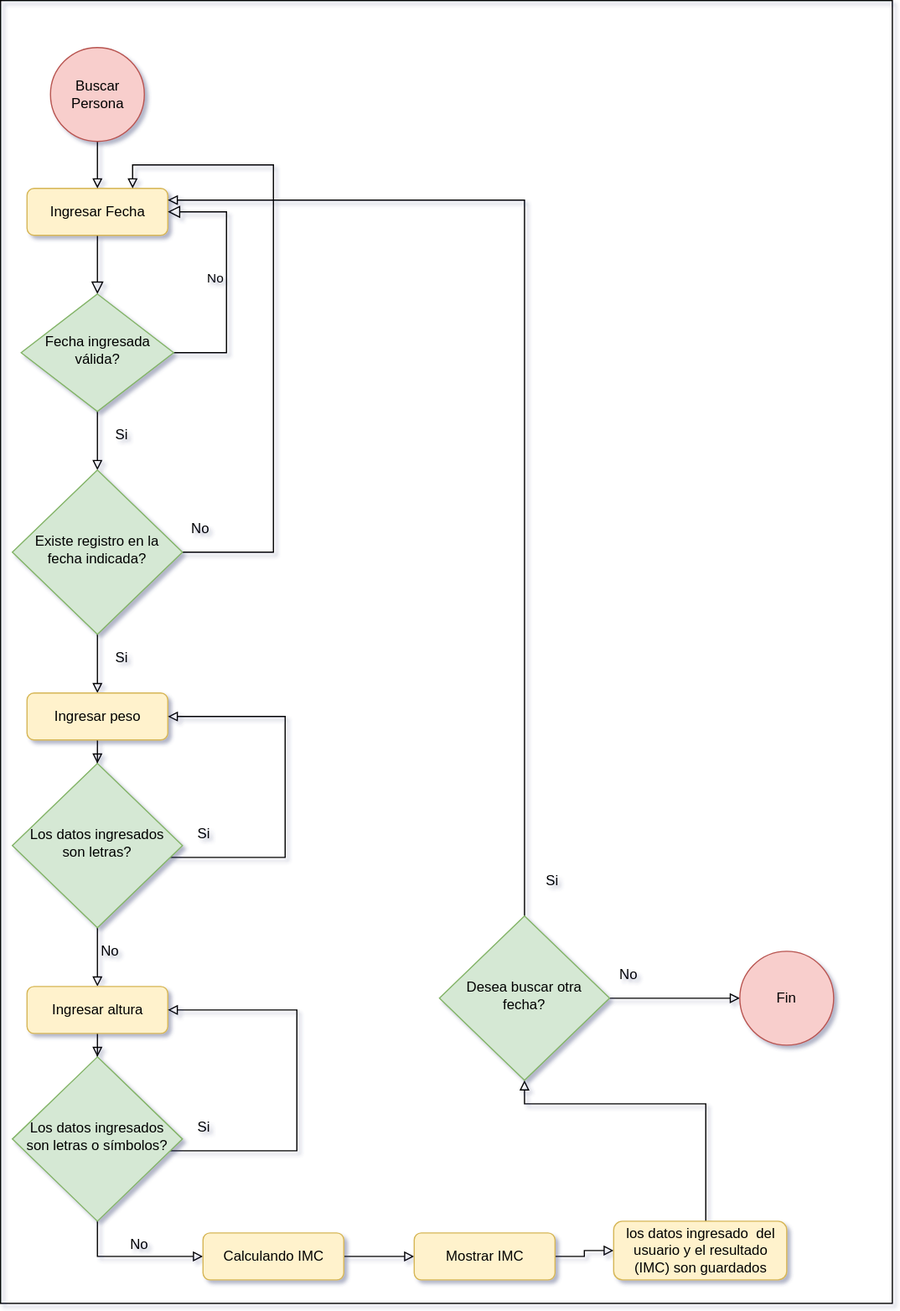
Earlier version of the draw.io export Diagramas/DiagFlujoBuscarPersona.svg (MaxIbanez/Taller1P1_MI_JC). Source tidied: cells renumbered, new cells last; positions are measured from the earlier drawing's top-left corner, leaving out a move shared by most shapes.
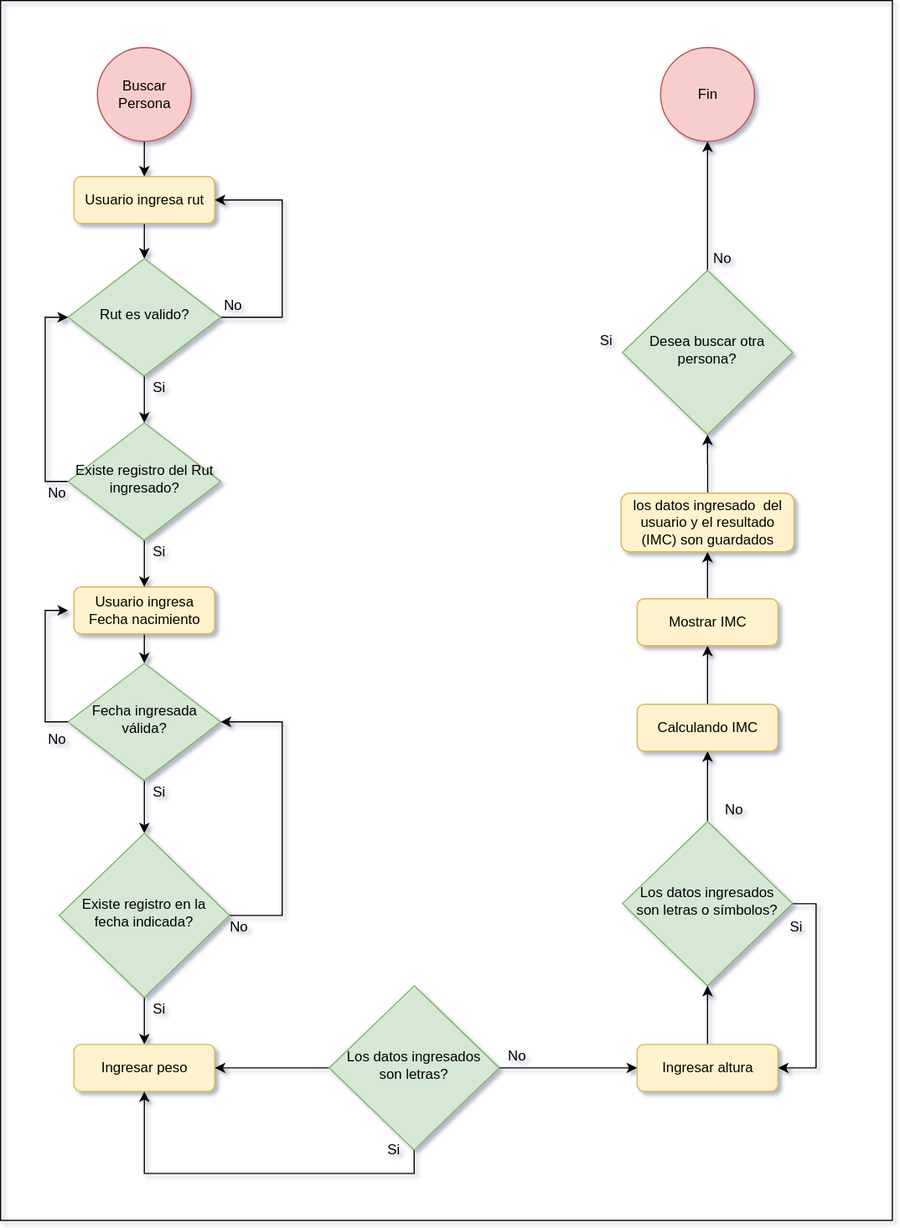
After the commit.

The edit, as a diff of the source:
```diff
@@ -2,159 +2,192 @@
   <root>
     <mxCell id="0" />
     <mxCell id="1" parent="0" />
-    <mxCell id="2" style="rounded=0;html=1;jettySize=auto;fontSize=11;endArrow=block;endFill=0;endSize=8;strokeWidth=1;shadow=0;labelBackgroundColor=none;edgeStyle=orthogonalEdgeStyle;" parent="1" edge="1" source="3" target="6">
+    <mxCell id="2" style="edgeStyle=orthogonalEdgeStyle;rounded=0;jettySize=auto;html=1;" parent="1" edge="1" source="3" target="6">
       <mxGeometry relative="1" as="geometry" />
     </mxCell>
-    <mxCell id="3" value="Ingresar Fecha" style="rounded=1;whiteSpace=wrap;html=1;fontSize=12;glass=0;strokeWidth=1;shadow=0;fillColor=#fff2cc;strokeColor=#d6b656;" parent="1" vertex="1">
-      <mxGeometry x="22.5" y="160" width="120" height="40" as="geometry" />
+    <mxCell id="3" value="Usuario ingresa Fecha nacimiento" style="rounded=1;whiteSpace=wrap;html=1;fontSize=12;glass=0;strokeWidth=1;shadow=0;fillColor=#fff2cc;strokeColor=#d6b656;" parent="1" vertex="1">
+      <mxGeometry x="22.5" y="500" width="120" height="40" as="geometry" />
     </mxCell>
-    <mxCell id="4" value="No" style="edgeStyle=orthogonalEdgeStyle;rounded=0;html=1;jettySize=auto;fontSize=11;endArrow=block;endFill=0;endSize=8;strokeWidth=1;shadow=0;labelBackgroundColor=none;entryX=1;entryY=0.5;entryDx=0;entryDy=0;" parent="1" edge="1" source="6" target="3">
-      <mxGeometry y="10" relative="1" as="geometry">
-        <Array as="points">
-          <mxPoint x="192.5" y="300" />
-          <mxPoint x="192.5" y="180" />
-        </Array>
-      </mxGeometry>
-    </mxCell>
-    <mxCell id="5" style="edgeStyle=orthogonalEdgeStyle;rounded=0;jettySize=auto;html=1;endArrow=block;endFill=0;" parent="1" edge="1" source="6" target="9">
+    <mxCell id="5" style="edgeStyle=orthogonalEdgeStyle;rounded=0;jettySize=auto;html=1;entryX=0.5;entryY=0;entryDx=0;entryDy=0;" parent="1" edge="1" source="6" target="9">
       <mxGeometry relative="1" as="geometry" />
     </mxCell>
     <mxCell id="6" value="Fecha ingresada válida?" style="rhombus;whiteSpace=wrap;html=1;shadow=0;fontFamily=Helvetica;fontSize=12;align=center;strokeWidth=1;spacing=6;spacingTop=-4;fillColor=#d5e8d4;strokeColor=#82b366;" parent="1" vertex="1">
-      <mxGeometry x="17.5" y="250" width="130" height="100" as="geometry" />
+      <mxGeometry x="17.5" y="565" width="130" height="100" as="geometry" />
     </mxCell>
-    <mxCell id="7" style="edgeStyle=orthogonalEdgeStyle;rounded=0;jettySize=auto;html=1;entryX=0.75;entryY=0;entryDx=0;entryDy=0;endArrow=block;endFill=0;" parent="1" edge="1" source="9" target="3">
-      <mxGeometry relative="1" as="geometry">
-        <Array as="points">
-          <mxPoint x="232.5" y="470" />
-          <mxPoint x="232.5" y="140" />
-          <mxPoint x="112.5" y="140" />
-        </Array>
-      </mxGeometry>
-    </mxCell>
-    <mxCell id="8" style="edgeStyle=orthogonalEdgeStyle;rounded=0;jettySize=auto;html=1;endArrow=block;endFill=0;" parent="1" edge="1" source="9" target="14">
+    <mxCell id="8" style="edgeStyle=orthogonalEdgeStyle;rounded=0;jettySize=auto;html=1;entryX=0.5;entryY=0;entryDx=0;entryDy=0;" parent="1" edge="1" source="9" target="14">
       <mxGeometry relative="1" as="geometry" />
     </mxCell>
+    <mxCell id="42" style="edgeStyle=orthogonalEdgeStyle;rounded=0;jettySize=auto;html=1;entryX=1;entryY=0.5;entryDx=0;entryDy=0;" parent="1" edge="1" source="9" target="6">
+      <mxGeometry relative="1" as="geometry">
+        <Array as="points">
+          <mxPoint x="200" y="780" />
+          <mxPoint x="200" y="615" />
+        </Array>
+      </mxGeometry>
+    </mxCell>
     <mxCell id="9" value="Existe registro en la fecha indicada?" style="rhombus;whiteSpace=wrap;html=1;shadow=0;fontFamily=Helvetica;fontSize=12;align=center;strokeWidth=1;spacing=6;spacingTop=-4;fillColor=#d5e8d4;strokeColor=#82b366;" parent="1" vertex="1">
-      <mxGeometry x="10" y="400" width="145" height="140" as="geometry" />
+      <mxGeometry x="10" y="710" width="145" height="140" as="geometry" />
     </mxCell>
     <mxCell id="10" value="No" style="text;html=1;align=center;verticalAlign=middle;" parent="1" vertex="1">
-      <mxGeometry x="155" y="440" width="30" height="20" as="geometry" />
+      <mxGeometry x="147.5" y="780" width="30" height="20" as="geometry" />
     </mxCell>
     <mxCell id="11" value="Si&lt;br&gt;" style="text;html=1;align=center;verticalAlign=middle;" parent="1" vertex="1">
-      <mxGeometry x="87.5" y="360" width="30" height="20" as="geometry" />
+      <mxGeometry x="80" y="665" width="30" height="20" as="geometry" />
     </mxCell>
     <mxCell id="12" value="Si&lt;br&gt;" style="text;html=1;align=center;verticalAlign=middle;" parent="1" vertex="1">
-      <mxGeometry x="87.5" y="550" width="30" height="20" as="geometry" />
+      <mxGeometry x="80" y="850" width="30" height="20" as="geometry" />
     </mxCell>
-    <mxCell id="13" style="edgeStyle=orthogonalEdgeStyle;rounded=0;jettySize=auto;html=1;endArrow=block;endFill=0;" parent="1" edge="1" source="14" target="17">
-      <mxGeometry relative="1" as="geometry" />
-    </mxCell>
     <mxCell id="14" value="Ingresar peso" style="rounded=1;whiteSpace=wrap;html=1;fontSize=12;glass=0;strokeWidth=1;shadow=0;fillColor=#fff2cc;strokeColor=#d6b656;" parent="1" vertex="1">
-      <mxGeometry x="22.5" y="590" width="120" height="40" as="geometry" />
+      <mxGeometry x="22.5" y="890" width="120" height="40" as="geometry" />
     </mxCell>
-    <mxCell id="15" style="edgeStyle=orthogonalEdgeStyle;rounded=0;jettySize=auto;html=1;entryX=1;entryY=0.5;entryDx=0;entryDy=0;endArrow=block;endFill=0;" parent="1" edge="1" source="17" target="14">
-      <mxGeometry relative="1" as="geometry">
-        <Array as="points">
-          <mxPoint x="242.5" y="730" />
-          <mxPoint x="242.5" y="610" />
-        </Array>
-      </mxGeometry>
-    </mxCell>
+    <mxCell id="43" style="edgeStyle=orthogonalEdgeStyle;rounded=0;jettySize=auto;html=1;entryX=0.5;entryY=1;entryDx=0;entryDy=0;" parent="1" edge="1" source="17" target="14">
+      <mxGeometry relative="1" as="geometry">
+        <Array as="points">
+          <mxPoint x="313" y="1000" />
+          <mxPoint x="83" y="1000" />
+        </Array>
+      </mxGeometry>
+    </mxCell>
+    <mxCell id="44" style="edgeStyle=orthogonalEdgeStyle;rounded=0;jettySize=auto;html=1;entryX=1;entryY=0.5;entryDx=0;entryDy=0;" parent="1" edge="1" source="17" target="14">
+      <mxGeometry relative="1" as="geometry" />
+    </mxCell>
-    <mxCell id="16" style="edgeStyle=orthogonalEdgeStyle;rounded=0;jettySize=auto;html=1;endArrow=block;endFill=0;" parent="1" edge="1" source="17" target="20">
+    <mxCell id="16" style="edgeStyle=orthogonalEdgeStyle;rounded=0;jettySize=auto;html=1;" parent="1" edge="1" source="17" target="20">
       <mxGeometry relative="1" as="geometry" />
     </mxCell>
     <mxCell id="17" value="Los datos ingresados son letras?" style="rhombus;whiteSpace=wrap;html=1;shadow=0;fontFamily=Helvetica;fontSize=12;align=center;strokeWidth=1;spacing=6;spacingTop=-4;fillColor=#d5e8d4;strokeColor=#82b366;" parent="1" vertex="1">
-      <mxGeometry x="10" y="650" width="145" height="140" as="geometry" />
+      <mxGeometry x="240" y="840" width="145" height="140" as="geometry" />
     </mxCell>
     <mxCell id="18" value="Si" style="text;html=1;align=center;verticalAlign=middle;" parent="1" vertex="1">
-      <mxGeometry x="157.5" y="700" width="30" height="20" as="geometry" />
+      <mxGeometry x="280" y="970" width="30" height="20" as="geometry" />
     </mxCell>
-    <mxCell id="19" style="edgeStyle=orthogonalEdgeStyle;rounded=0;jettySize=auto;html=1;endArrow=block;endFill=0;" parent="1" edge="1" source="20" target="23">
+    <mxCell id="19" style="edgeStyle=orthogonalEdgeStyle;rounded=0;jettySize=auto;html=1;" parent="1" edge="1" source="20" target="23">
       <mxGeometry relative="1" as="geometry" />
     </mxCell>
     <mxCell id="20" value="Ingresar altura" style="rounded=1;whiteSpace=wrap;html=1;fontSize=12;glass=0;strokeWidth=1;shadow=0;fillColor=#fff2cc;strokeColor=#d6b656;" parent="1" vertex="1">
-      <mxGeometry x="22.5" y="840" width="120" height="40" as="geometry" />
+      <mxGeometry x="502.5" y="890" width="120" height="40" as="geometry" />
     </mxCell>
+    <mxCell id="22" style="edgeStyle=orthogonalEdgeStyle;rounded=0;jettySize=auto;html=1;entryX=0.5;entryY=1;entryDx=0;entryDy=0;" parent="1" edge="1" source="23" target="28">
+      <mxGeometry relative="1" as="geometry" />
+    </mxCell>
-    <mxCell id="21" style="edgeStyle=orthogonalEdgeStyle;rounded=0;jettySize=auto;html=1;entryX=1;entryY=0.5;entryDx=0;entryDy=0;endArrow=block;endFill=0;" parent="1" edge="1" source="23" target="20">
+    <mxCell id="21" style="edgeStyle=orthogonalEdgeStyle;rounded=0;jettySize=auto;html=1;entryX=1;entryY=0.5;entryDx=0;entryDy=0;" parent="1" edge="1" source="23" target="20">
       <mxGeometry relative="1" as="geometry">
         <Array as="points">
-          <mxPoint x="252.5" y="980" />
-          <mxPoint x="252.5" y="860" />
+          <mxPoint x="655" y="770" />
+          <mxPoint x="655" y="910" />
         </Array>
       </mxGeometry>
     </mxCell>
-    <mxCell id="22" style="edgeStyle=orthogonalEdgeStyle;rounded=0;jettySize=auto;html=1;entryX=0;entryY=0.5;entryDx=0;entryDy=0;endArrow=block;endFill=0;" parent="1" edge="1" source="23" target="28">
-      <mxGeometry relative="1" as="geometry">
-        <Array as="points">
-          <mxPoint x="82.5" y="1070" />
-        </Array>
-      </mxGeometry>
-    </mxCell>
     <mxCell id="23" value="Los datos ingresados son letras o símbolos?" style="rhombus;whiteSpace=wrap;html=1;shadow=0;fontFamily=Helvetica;fontSize=12;align=center;strokeWidth=1;spacing=6;spacingTop=-4;fillColor=#d5e8d4;strokeColor=#82b366;" parent="1" vertex="1">
-      <mxGeometry x="10" y="900" width="145" height="140" as="geometry" />
+      <mxGeometry x="490" y="700" width="145" height="140" as="geometry" />
     </mxCell>
     <mxCell id="24" value="No" style="text;html=1;align=center;verticalAlign=middle;" parent="1" vertex="1">
-      <mxGeometry x="77.5" y="800" width="30" height="20" as="geometry" />
+      <mxGeometry x="385" y="890" width="30" height="20" as="geometry" />
     </mxCell>
     <mxCell id="25" value="Si" style="text;html=1;align=center;verticalAlign=middle;" parent="1" vertex="1">
-      <mxGeometry x="157.5" y="950" width="30" height="20" as="geometry" />
+      <mxGeometry x="622.5" y="780" width="30" height="20" as="geometry" />
     </mxCell>
     <mxCell id="26" value="No" style="text;html=1;align=center;verticalAlign=middle;" parent="1" vertex="1">
-      <mxGeometry x="102.5" y="1050" width="30" height="20" as="geometry" />
+      <mxGeometry x="570" y="680" width="30" height="20" as="geometry" />
     </mxCell>
-    <mxCell id="27" style="edgeStyle=orthogonalEdgeStyle;rounded=0;jettySize=auto;html=1;endArrow=block;endFill=0;" parent="1" edge="1" source="28" target="30">
+    <mxCell id="27" style="edgeStyle=orthogonalEdgeStyle;rounded=0;jettySize=auto;html=1;entryX=0.5;entryY=1;entryDx=0;entryDy=0;" parent="1" edge="1" source="28" target="30">
       <mxGeometry relative="1" as="geometry" />
     </mxCell>
     <mxCell id="28" value="Calculando IMC" style="rounded=1;whiteSpace=wrap;html=1;fontSize=12;glass=0;strokeWidth=1;shadow=0;fillColor=#fff2cc;strokeColor=#d6b656;" parent="1" vertex="1">
-      <mxGeometry x="172.5" y="1050" width="120" height="40" as="geometry" />
+      <mxGeometry x="502.5" y="600" width="120" height="40" as="geometry" />
     </mxCell>
-    <mxCell id="29" style="edgeStyle=orthogonalEdgeStyle;rounded=0;jettySize=auto;html=1;endArrow=block;endFill=0;" parent="1" edge="1" source="30" target="32">
+    <mxCell id="29" style="edgeStyle=orthogonalEdgeStyle;rounded=0;jettySize=auto;html=1;entryX=0.5;entryY=1;entryDx=0;entryDy=0;" parent="1" edge="1" source="30" target="32">
       <mxGeometry relative="1" as="geometry" />
     </mxCell>
     <mxCell id="30" value="Mostrar IMC" style="rounded=1;whiteSpace=wrap;html=1;fontSize=12;glass=0;strokeWidth=1;shadow=0;fillColor=#fff2cc;strokeColor=#d6b656;" parent="1" vertex="1">
-      <mxGeometry x="352.5" y="1050" width="120" height="40" as="geometry" />
+      <mxGeometry x="502.5" y="510" width="120" height="40" as="geometry" />
     </mxCell>
-    <mxCell id="31" style="edgeStyle=orthogonalEdgeStyle;rounded=0;jettySize=auto;html=1;entryX=0.5;entryY=1;entryDx=0;entryDy=0;endArrow=block;endFill=0;" parent="1" edge="1" source="32" target="37">
-      <mxGeometry relative="1" as="geometry">
-        <Array as="points">
-          <mxPoint x="601" y="940" />
-          <mxPoint x="447" y="940" />
-        </Array>
-      </mxGeometry>
+    <mxCell id="31" style="edgeStyle=orthogonalEdgeStyle;rounded=0;jettySize=auto;html=1;entryX=0.5;entryY=1;entryDx=0;entryDy=0;" parent="1" edge="1" source="32" target="37">
+      <mxGeometry relative="1" as="geometry" />
     </mxCell>
     <mxCell id="32" value="los datos ingresado&amp;nbsp; del usuario y el resultado (IMC) son guardados" style="rounded=1;whiteSpace=wrap;html=1;fontSize=12;glass=0;strokeWidth=1;shadow=0;fillColor=#fff2cc;strokeColor=#d6b656;" parent="1" vertex="1">
-      <mxGeometry x="522.5" y="1040" width="147.5" height="50" as="geometry" />
+      <mxGeometry x="488.8" y="420" width="147.5" height="50" as="geometry" />
     </mxCell>
-    <mxCell id="33" style="edgeStyle=orthogonalEdgeStyle;rounded=0;jettySize=auto;html=1;endArrow=block;endFill=0;" parent="1" edge="1" source="34" target="3">
-      <mxGeometry relative="1" as="geometry" />
-    </mxCell>
+    <mxCell id="45" style="edgeStyle=orthogonalEdgeStyle;rounded=0;jettySize=auto;html=1;entryX=0.5;entryY=0;entryDx=0;entryDy=0;" parent="1" edge="1" source="34" target="47">
+      <mxGeometry relative="1" as="geometry" />
+    </mxCell>
     <mxCell id="34" value="Buscar Persona" style="ellipse;whiteSpace=wrap;html=1;fillColor=#f8cecc;strokeColor=#b85450;" parent="1" vertex="1">
       <mxGeometry x="42.5" y="40" width="80" height="80" as="geometry" />
     </mxCell>
-    <mxCell id="35" style="edgeStyle=orthogonalEdgeStyle;rounded=0;jettySize=auto;html=1;endArrow=block;endFill=0;" parent="1" edge="1" source="37" target="3">
-      <mxGeometry relative="1" as="geometry">
-        <Array as="points">
-          <mxPoint x="447" y="170" />
-        </Array>
-      </mxGeometry>
-    </mxCell>
-    <mxCell id="36" style="edgeStyle=orthogonalEdgeStyle;rounded=0;jettySize=auto;html=1;endArrow=block;endFill=0;" parent="1" edge="1" source="37" target="39">
+    <mxCell id="36" style="edgeStyle=orthogonalEdgeStyle;rounded=0;jettySize=auto;html=1;entryX=0.5;entryY=1;entryDx=0;entryDy=0;" parent="1" edge="1" source="37" target="39">
       <mxGeometry relative="1" as="geometry" />
     </mxCell>
-    <mxCell id="37" value="Desea buscar otra fecha?" style="rhombus;whiteSpace=wrap;html=1;shadow=0;fontFamily=Helvetica;fontSize=12;align=center;strokeWidth=1;spacing=6;spacingTop=-4;fillColor=#d5e8d4;strokeColor=#82b366;" parent="1" vertex="1">
-      <mxGeometry x="374" y="780" width="145" height="140" as="geometry" />
+    <mxCell id="37" value="Desea buscar otra persona?" style="rhombus;whiteSpace=wrap;html=1;shadow=0;fontFamily=Helvetica;fontSize=12;align=center;strokeWidth=1;spacing=6;spacingTop=-4;fillColor=#d5e8d4;strokeColor=#82b366;" parent="1" vertex="1">
+      <mxGeometry x="490" y="230" width="145" height="140" as="geometry" />
     </mxCell>
     <mxCell id="38" value="Si" style="text;html=1;align=center;verticalAlign=middle;" parent="1" vertex="1">
-      <mxGeometry x="455" y="740" width="30" height="20" as="geometry" />
+      <mxGeometry x="461.2" y="280" width="30" height="20" as="geometry" />
     </mxCell>
     <mxCell id="39" value="Fin" style="ellipse;whiteSpace=wrap;html=1;fillColor=#f8cecc;strokeColor=#b85450;" parent="1" vertex="1">
-      <mxGeometry x="630" y="810" width="80" height="80" as="geometry" />
+      <mxGeometry x="522.5" y="40" width="80" height="80" as="geometry" />
     </mxCell>
     <mxCell id="40" value="No" style="text;html=1;align=center;verticalAlign=middle;" parent="1" vertex="1">
-      <mxGeometry x="520" y="820" width="30" height="20" as="geometry" />
+      <mxGeometry x="560" y="210" width="30" height="20" as="geometry" />
     </mxCell>
     <mxCell id="41" style="rounded=0;whiteSpace=wrap;html=1;fillColor=none;" parent="1" vertex="1">
-      <mxGeometry width="760" height="1110" as="geometry" />
+      <mxGeometry x="-40" width="760" height="1040" as="geometry" />
     </mxCell>
+    <mxCell id="46" style="edgeStyle=orthogonalEdgeStyle;rounded=0;jettySize=auto;html=1;" parent="1" edge="1" source="47" target="50">
+      <mxGeometry relative="1" as="geometry" />
+    </mxCell>
+    <mxCell id="47" value="Usuario ingresa rut" style="rounded=1;whiteSpace=wrap;html=1;fontSize=12;glass=0;strokeWidth=1;shadow=0;fillColor=#fff2cc;strokeColor=#d6b656;" parent="1" vertex="1">
+      <mxGeometry x="22.5" y="150" width="120" height="40" as="geometry" />
+    </mxCell>
+    <mxCell id="48" style="edgeStyle=orthogonalEdgeStyle;rounded=0;jettySize=auto;html=1;entryX=1;entryY=0.5;entryDx=0;entryDy=0;" parent="1" edge="1" source="50" target="47">
+      <mxGeometry relative="1" as="geometry">
+        <Array as="points">
+          <mxPoint x="200" y="270" />
+          <mxPoint x="200" y="170" />
+        </Array>
+      </mxGeometry>
+    </mxCell>
+    <mxCell id="49" style="edgeStyle=orthogonalEdgeStyle;rounded=0;jettySize=auto;html=1;entryX=0.5;entryY=0;entryDx=0;entryDy=0;" parent="1" edge="1" source="50" target="55">
+      <mxGeometry relative="1" as="geometry" />
+    </mxCell>
+    <mxCell id="50" value="Rut es valido?" style="rhombus;whiteSpace=wrap;html=1;shadow=0;fontFamily=Helvetica;fontSize=12;align=center;strokeWidth=1;spacing=6;spacingTop=-4;fillColor=#d5e8d4;strokeColor=#82b366;" parent="1" vertex="1">
+      <mxGeometry x="17.5" y="220" width="130" height="100" as="geometry" />
+    </mxCell>
+    <mxCell id="51" value="Si" style="text;html=1;align=center;verticalAlign=middle;" parent="1" vertex="1">
+      <mxGeometry x="80" y="320" width="30" height="20" as="geometry" />
+    </mxCell>
+    <mxCell id="52" value="No" style="text;html=1;align=center;verticalAlign=middle;" parent="1" vertex="1">
+      <mxGeometry x="142.5" y="250" width="30" height="20" as="geometry" />
+    </mxCell>
+    <mxCell id="53" style="edgeStyle=orthogonalEdgeStyle;rounded=0;jettySize=auto;html=1;entryX=0.5;entryY=0;entryDx=0;entryDy=0;" parent="1" edge="1" source="55" target="3">
+      <mxGeometry relative="1" as="geometry" />
+    </mxCell>
+    <mxCell id="54" style="edgeStyle=orthogonalEdgeStyle;rounded=0;jettySize=auto;html=1;entryX=0;entryY=0.5;entryDx=0;entryDy=0;" parent="1" edge="1" source="55" target="50">
+      <mxGeometry relative="1" as="geometry">
+        <Array as="points">
+          <mxPoint x="-2" y="410" />
+          <mxPoint x="-2" y="270" />
+        </Array>
+      </mxGeometry>
+    </mxCell>
+    <mxCell id="55" value="Existe registro del Rut ingresado?" style="rhombus;whiteSpace=wrap;html=1;shadow=0;fontFamily=Helvetica;fontSize=12;align=center;strokeWidth=1;spacing=6;spacingTop=-4;fillColor=#d5e8d4;strokeColor=#82b366;" parent="1" vertex="1">
+      <mxGeometry x="17.5" y="360" width="130" height="100" as="geometry" />
+    </mxCell>
+    <mxCell id="56" value="No" style="text;html=1;align=center;verticalAlign=middle;" parent="1" vertex="1">
+      <mxGeometry x="-7.5" y="410" width="30" height="20" as="geometry" />
+    </mxCell>
+    <mxCell id="57" value="Si&lt;br&gt;" style="text;html=1;align=center;verticalAlign=middle;" parent="1" vertex="1">
+      <mxGeometry x="80" y="460" width="30" height="20" as="geometry" />
+    </mxCell>
+    <mxCell id="58" style="edgeStyle=orthogonalEdgeStyle;rounded=0;jettySize=auto;html=1;entryX=0;entryY=0.5;entryDx=0;entryDy=0;exitX=0;exitY=0.5;exitDx=0;exitDy=0;" parent="1" edge="1" source="6">
+      <mxGeometry relative="1" as="geometry">
+        <mxPoint x="17.5" y="520" as="targetPoint" />
+        <Array as="points">
+          <mxPoint x="-2" y="615" />
+          <mxPoint x="-2" y="520" />
+        </Array>
+      </mxGeometry>
+    </mxCell>
+    <mxCell id="59" value="No" style="text;html=1;align=center;verticalAlign=middle;" parent="1" vertex="1">
+      <mxGeometry x="-7.5" y="620" width="30" height="20" as="geometry" />
+    </mxCell>
   </root>
 </mxGraphModel>
```
